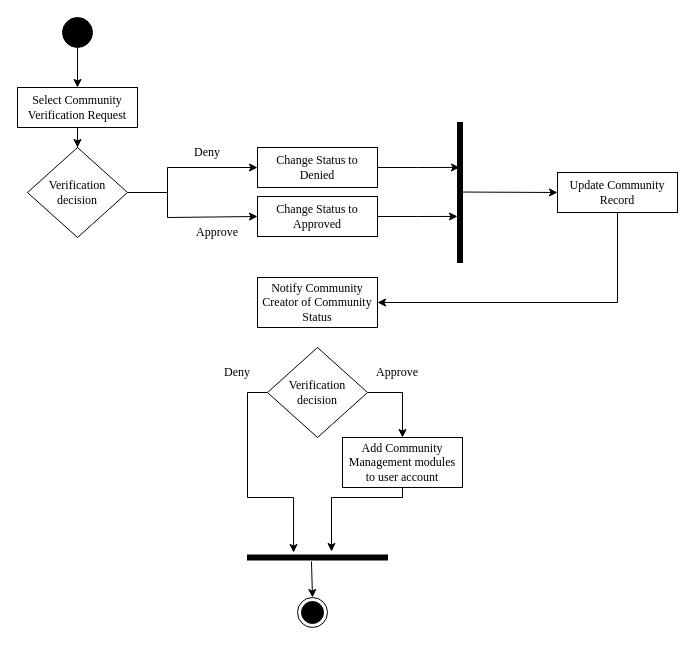
The draw.io diagram page "CommunityVerification" (4 of 13) of ConnexUs_Chap3.drawio in gvillanueva01/ConnexUs_diagrams, before the edit. Source tidied: cells renumbered, new cells numbered last; positions are measured from the earlier drawing's top-left corner, leaving out a move shared by most shapes. Both pictures are drawn from the tidied source at 100%, with x=0, y=0 at pixel (17, 17).
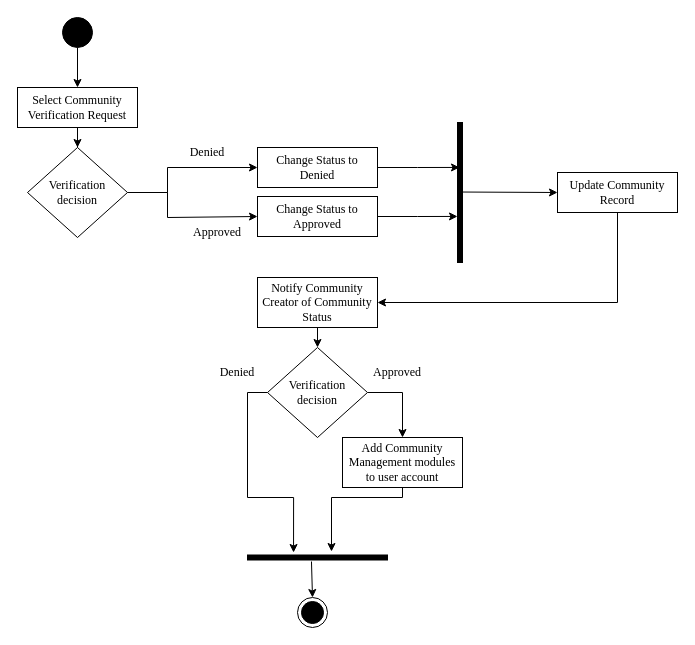
Above is the later version.

The change refers to these unchanged cells:
```xml
<mxCell id="20" value="Notify Community Creator of Community Status" style="rounded=0;whiteSpace=wrap;html=1;fontFamily=Times New Roman;" parent="1" vertex="1">
  <mxGeometry x="240" y="260" width="120" height="50" as="geometry" />
</mxCell>
<mxCell id="23" value="&lt;font face=&quot;Times New Roman&quot;&gt;Verification decision&lt;/font&gt;" style="shape=rhombus;html=1;dashed=0;whiteSpace=wrap;perimeter=rhombusPerimeter;" parent="1" vertex="1">
  <mxGeometry x="250" y="330" width="100" height="90" as="geometry" />
</mxCell>
```

Change to the diagram source:
```diff
@@
-    <mxCell id="18" value="Deny" style="text;html=1;strokeColor=none;fillColor=none;align=center;verticalAlign=middle;whiteSpace=wrap;rounded=0;fontFamily=Times New Roman;" parent="1" vertex="1">
+    <mxCell id="18" value="Denied" style="text;html=1;strokeColor=none;fillColor=none;align=center;verticalAlign=middle;whiteSpace=wrap;rounded=0;fontFamily=Times New Roman;" parent="1" vertex="1">
       <mxGeometry x="160" y="120" width="60" height="30" as="geometry" />
     </mxCell>
-    <mxCell id="19" value="Approve" style="text;html=1;strokeColor=none;fillColor=none;align=center;verticalAlign=middle;whiteSpace=wrap;rounded=0;fontFamily=Times New Roman;" parent="1" vertex="1">
+    <mxCell id="19" value="Approved" style="text;html=1;strokeColor=none;fillColor=none;align=center;verticalAlign=middle;whiteSpace=wrap;rounded=0;fontFamily=Times New Roman;" parent="1" vertex="1">
       <mxGeometry x="170" y="200" width="60" height="30" as="geometry" />
     </mxCell>
+    <mxCell id="30" style="edgeStyle=orthogonalEdgeStyle;rounded=0;jettySize=auto;html=1;exitX=0.5;exitY=1;exitDx=0;exitDy=0;entryX=0.5;entryY=0;entryDx=0;entryDy=0;" parent="1" edge="1" source="20" target="23">
+      <mxGeometry relative="1" as="geometry" />
+    </mxCell>
@@
-    <mxCell id="24" value="Approve" style="text;html=1;strokeColor=none;fillColor=none;align=center;verticalAlign=middle;whiteSpace=wrap;rounded=0;fontFamily=Times New Roman;" parent="1" vertex="1">
+    <mxCell id="24" value="Approved" style="text;html=1;strokeColor=none;fillColor=none;align=center;verticalAlign=middle;whiteSpace=wrap;rounded=0;fontFamily=Times New Roman;" parent="1" vertex="1">
       <mxGeometry x="350" y="340" width="60" height="30" as="geometry" />
     </mxCell>
-    <mxCell id="25" value="Deny" style="text;html=1;strokeColor=none;fillColor=none;align=center;verticalAlign=middle;whiteSpace=wrap;rounded=0;fontFamily=Times New Roman;" parent="1" vertex="1">
+    <mxCell id="25" value="Denied" style="text;html=1;strokeColor=none;fillColor=none;align=center;verticalAlign=middle;whiteSpace=wrap;rounded=0;fontFamily=Times New Roman;" parent="1" vertex="1">
       <mxGeometry x="190" y="340" width="60" height="30" as="geometry" />
     </mxCell>
```
